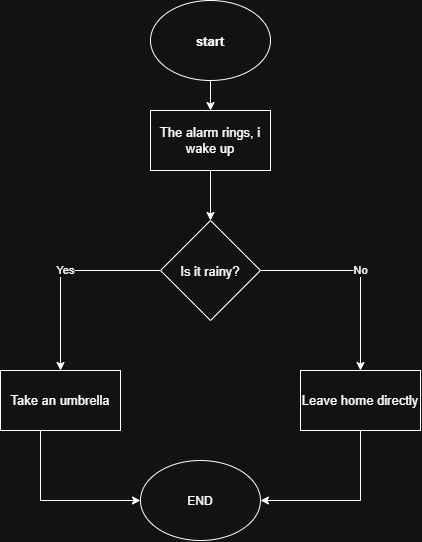
The draw.io diagram flowcharts/morning.png in gulsumgadirova/Flowchart-tasks, before a commit. Source tidied: cells renumbered, new cells last; positions are measured from the earlier drawing's top-left corner, leaving out a move shared by most shapes.
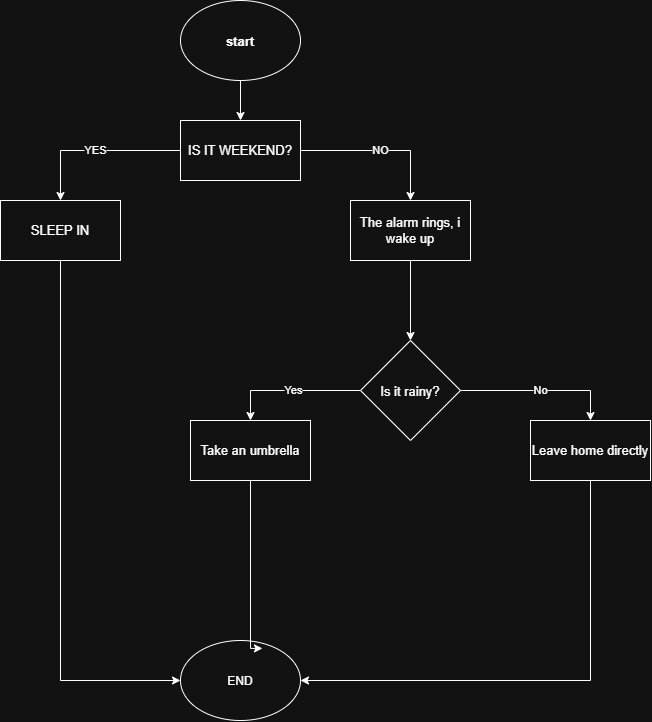
After the change.

Commit message:
Update morning flowchart with weekend condition

Change to the diagram source:
```diff
@@ -2,9 +2,9 @@
   <root>
     <mxCell id="0" />
     <mxCell id="1" parent="0" />
-    <mxCell id="2" style="edgeStyle=orthogonalEdgeStyle;rounded=0;jettySize=auto;html=1;defaultLabelBackgroundColor=gap;" parent="1" edge="1" source="3" target="10">
-      <mxGeometry relative="1" as="geometry" />
-    </mxCell>
+    <mxCell id="14" style="edgeStyle=orthogonalEdgeStyle;rounded=0;jettySize=auto;html=1;defaultLabelBackgroundColor=gap;" parent="1" edge="1" source="3" target="17">
+      <mxGeometry relative="1" as="geometry" />
+    </mxCell>
     <mxCell id="3" value="&lt;h4&gt;start&lt;/h4&gt;" style="ellipse;whiteSpace=wrap;html=1;shapeInside=1;fontSize=13;" parent="1" vertex="1">
       <mxGeometry x="150" width="120" height="80" as="geometry" />
     </mxCell>
@@ -12,35 +12,58 @@
       <mxGeometry x="-0.05" relative="1" as="geometry" />
     </mxCell>
     <mxCell id="5" value="No" style="edgeStyle=orthogonalEdgeStyle;rounded=0;jettySize=auto;html=1;defaultLabelBackgroundColor=gap;" parent="1" edge="1" source="6" target="12">
-      <mxGeometry relative="1" as="geometry" />
+      <mxGeometry relative="1" as="geometry">
+        <Array as="points">
+          <mxPoint x="560" y="390" />
+        </Array>
+      </mxGeometry>
     </mxCell>
     <mxCell id="6" value="Is it rainy?" style="rhombus;whiteSpace=wrap;html=1;shapeInside=1;fontSize=13;" parent="1" vertex="1">
-      <mxGeometry x="160" y="220" width="100" height="100" as="geometry" />
+      <mxGeometry x="330" y="340" width="100" height="100" as="geometry" />
     </mxCell>
-    <mxCell id="7" style="edgeStyle=orthogonalEdgeStyle;rounded=0;jettySize=auto;html=1;defaultLabelBackgroundColor=gap;entryX=0;entryY=0.5;entryDx=0;entryDy=0;" parent="1" edge="1" source="8" target="13">
-      <mxGeometry x="0.35" relative="1" as="geometry">
-        <Array as="points">
-          <mxPoint x="40" y="500" />
-        </Array>
-      </mxGeometry>
-    </mxCell>
     <mxCell id="8" value="Take an umbrella" style="whiteSpace=wrap;html=1;fontSize=13;" parent="1" vertex="1">
-      <mxGeometry y="370" width="120" height="60" as="geometry" />
+      <mxGeometry x="160" y="420" width="120" height="60" as="geometry" />
     </mxCell>
     <mxCell id="9" style="edgeStyle=orthogonalEdgeStyle;rounded=0;jettySize=auto;html=1;defaultLabelBackgroundColor=gap;" parent="1" edge="1" source="10" target="6">
       <mxGeometry relative="1" as="geometry" />
     </mxCell>
     <mxCell id="10" value="The alarm rings, i wake up" style="whiteSpace=wrap;html=1;fontSize=13;" parent="1" vertex="1">
-      <mxGeometry x="150" y="110" width="120" height="60" as="geometry" />
+      <mxGeometry x="320" y="200" width="120" height="60" as="geometry" />
     </mxCell>
     <mxCell id="11" style="edgeStyle=orthogonalEdgeStyle;rounded=0;jettySize=auto;html=1;exitX=0.5;exitY=1;exitDx=0;exitDy=0;entryX=1;entryY=0.5;entryDx=0;entryDy=0;defaultLabelBackgroundColor=gap;" parent="1" edge="1" source="12" target="13">
       <mxGeometry relative="1" as="geometry" />
     </mxCell>
     <mxCell id="12" value="Leave home directly" style="whiteSpace=wrap;html=1;fontSize=13;" parent="1" vertex="1">
-      <mxGeometry x="300" y="370" width="120" height="60" as="geometry" />
+      <mxGeometry x="500" y="420" width="120" height="60" as="geometry" />
     </mxCell>
     <mxCell id="13" value="END" style="ellipse;whiteSpace=wrap;html=1;shapeInside=1;" parent="1" vertex="1">
-      <mxGeometry x="140" y="460" width="120" height="80" as="geometry" />
+      <mxGeometry x="150" y="640" width="120" height="80" as="geometry" />
     </mxCell>
+    <mxCell id="15" value="NO" style="edgeStyle=orthogonalEdgeStyle;rounded=0;jettySize=auto;html=1;entryX=0.5;entryY=0;entryDx=0;entryDy=0;defaultLabelBackgroundColor=gap;" parent="1" edge="1" source="17" target="10">
+      <mxGeometry relative="1" as="geometry" />
+    </mxCell>
+    <mxCell id="16" value="YES" style="edgeStyle=orthogonalEdgeStyle;rounded=0;jettySize=auto;html=1;defaultLabelBackgroundColor=gap;" parent="1" edge="1" source="17" target="19">
+      <mxGeometry relative="1" as="geometry" />
+    </mxCell>
+    <mxCell id="17" value="IS IT WEEKEND?" style="whiteSpace=wrap;html=1;fontSize=13;" parent="1" vertex="1">
+      <mxGeometry x="150" y="120" width="120" height="60" as="geometry" />
+    </mxCell>
+    <mxCell id="7" style="edgeStyle=orthogonalEdgeStyle;rounded=0;jettySize=auto;html=1;exitX=0.5;exitY=1;exitDx=0;exitDy=0;entryX=0.683;entryY=0.099;entryDx=0;entryDy=0;entryPerimeter=0;defaultLabelBackgroundColor=gap;" parent="1" edge="1" source="8" target="13">
+      <mxGeometry relative="1" as="geometry">
+        <Array as="points">
+          <mxPoint x="220" y="647.9" />
+        </Array>
+      </mxGeometry>
+    </mxCell>
+    <mxCell id="18" style="edgeStyle=orthogonalEdgeStyle;rounded=0;jettySize=auto;html=1;entryX=0;entryY=0.5;entryDx=0;entryDy=0;defaultLabelBackgroundColor=gap;" parent="1" edge="1" source="19" target="13">
+      <mxGeometry relative="1" as="geometry">
+        <Array as="points">
+          <mxPoint x="30" y="680" />
+        </Array>
+      </mxGeometry>
+    </mxCell>
+    <mxCell id="19" value="SLEEP IN" style="whiteSpace=wrap;html=1;fontSize=13;" parent="1" vertex="1">
+      <mxGeometry x="-30" y="200" width="120" height="60" as="geometry" />
+    </mxCell>
   </root>
 </mxGraphModel>
```
